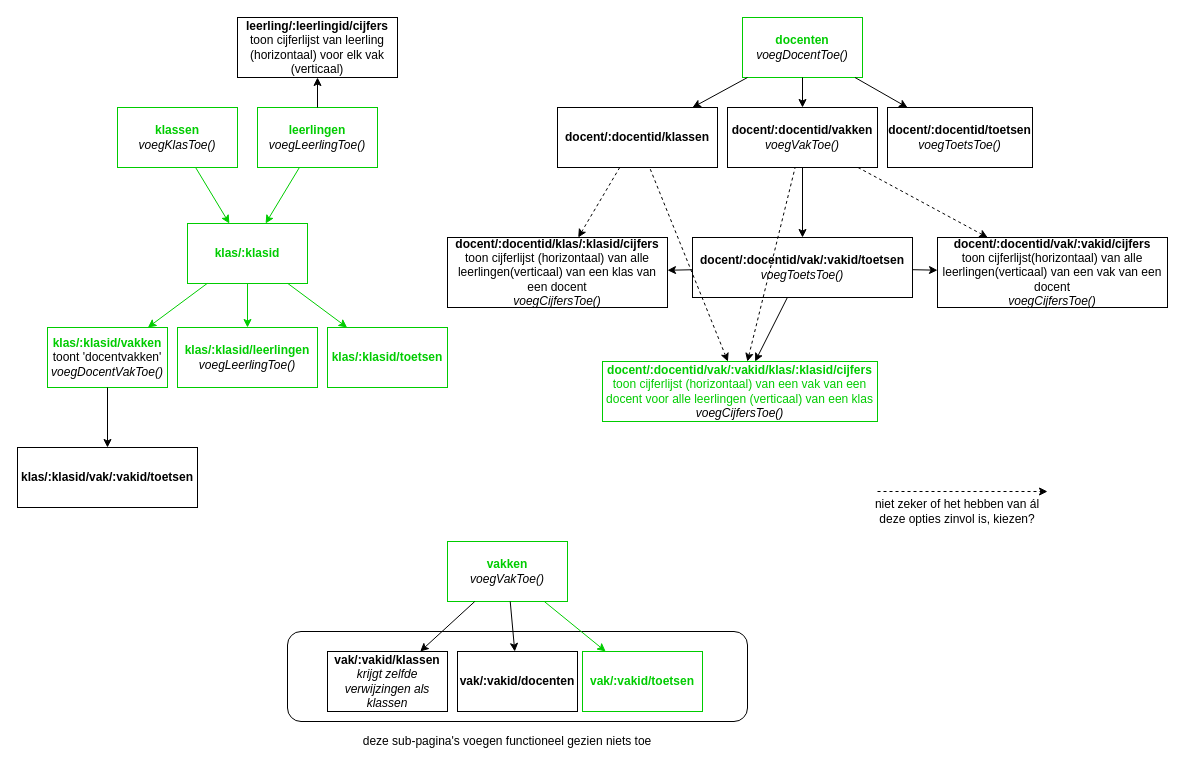
Above: CijfersysteemAngular/src/app/StructuurPaginaNavigatie.drawio in Vsvlak/Groepsopdracht-kamer-1-Angular (draw.io), before the change. Source tidied: cells renumbered, new cells numbered last; positions are measured from the earlier drawing's top-left corner, leaving out a move shared by most shapes. Both pictures are drawn from the tidied source at 100%, with x=0, y=0 at pixel (17, 17).
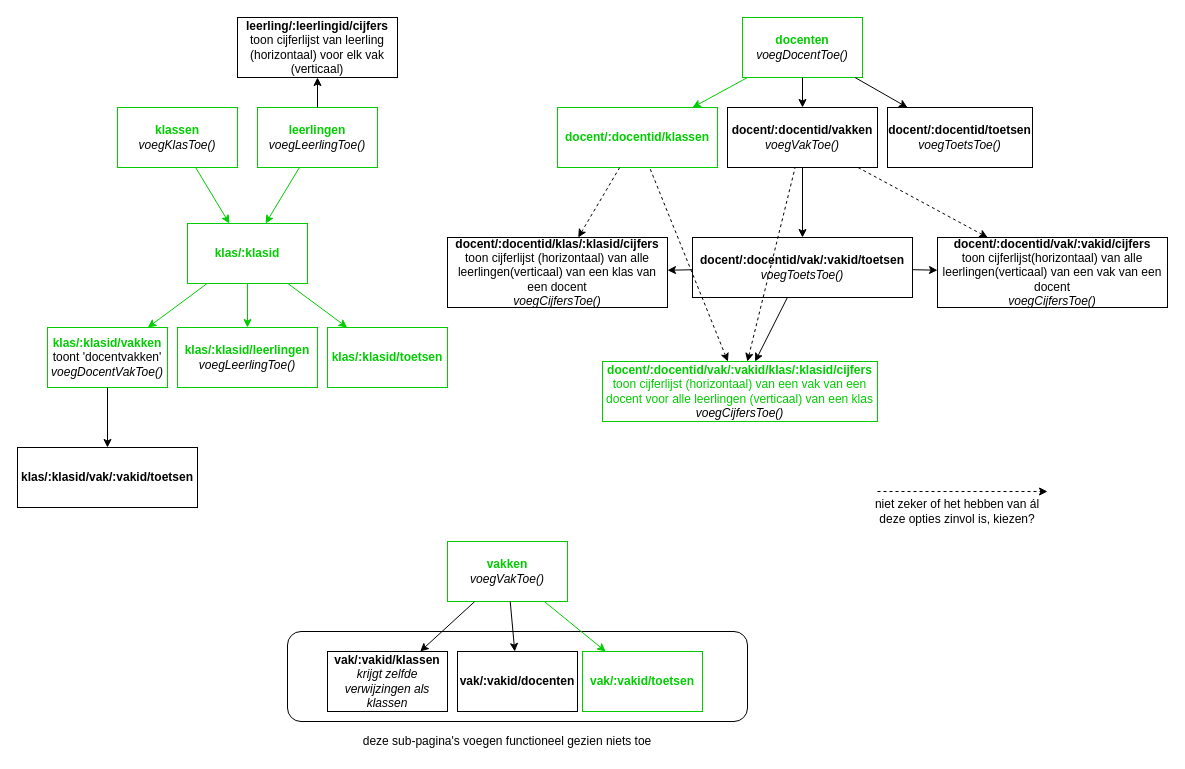
After the change.

Commit message (it also covers changes not shown here):
klassen van docent

The change refers to these unchanged cells:
```xml
<mxCell id="11" value="&lt;b&gt;&lt;font color=&quot;#00cc00&quot;&gt;docenten&lt;br&gt;&lt;/font&gt;&lt;/b&gt;&lt;i&gt;voegDocentToe()&lt;/i&gt;" style="rounded=0;whiteSpace=wrap;html=1;strokeColor=#00CC00;" parent="1" vertex="1">
  <mxGeometry x="725" width="120" height="60" as="geometry" />
</mxCell>
```

What changed in the source:
```diff
@@
-    <mxCell id="12" style="endArrow=none;html=1;startArrow=classic;startFill=1;" parent="1" edge="1" source="19" target="11">
+    <mxCell id="12" style="endArrow=none;html=1;startArrow=classic;startFill=1;strokeColor=#00CC00;" parent="1" edge="1" source="19" target="11">
       <mxGeometry relative="1" as="geometry" />
     </mxCell>
@@
-    <mxCell id="19" value="&lt;b&gt;docent/:docentid/klassen&lt;/b&gt;" style="rounded=0;whiteSpace=wrap;html=1;" parent="1" vertex="1">
+    <mxCell id="19" value="&lt;b&gt;&lt;font color=&quot;#00cc00&quot;&gt;docent/:docentid/klassen&lt;/font&gt;&lt;/b&gt;" style="rounded=0;whiteSpace=wrap;html=1;strokeColor=#00CC00;" parent="1" vertex="1">
       <mxGeometry x="540" y="90" width="160" height="60" as="geometry" />
     </mxCell>
```
